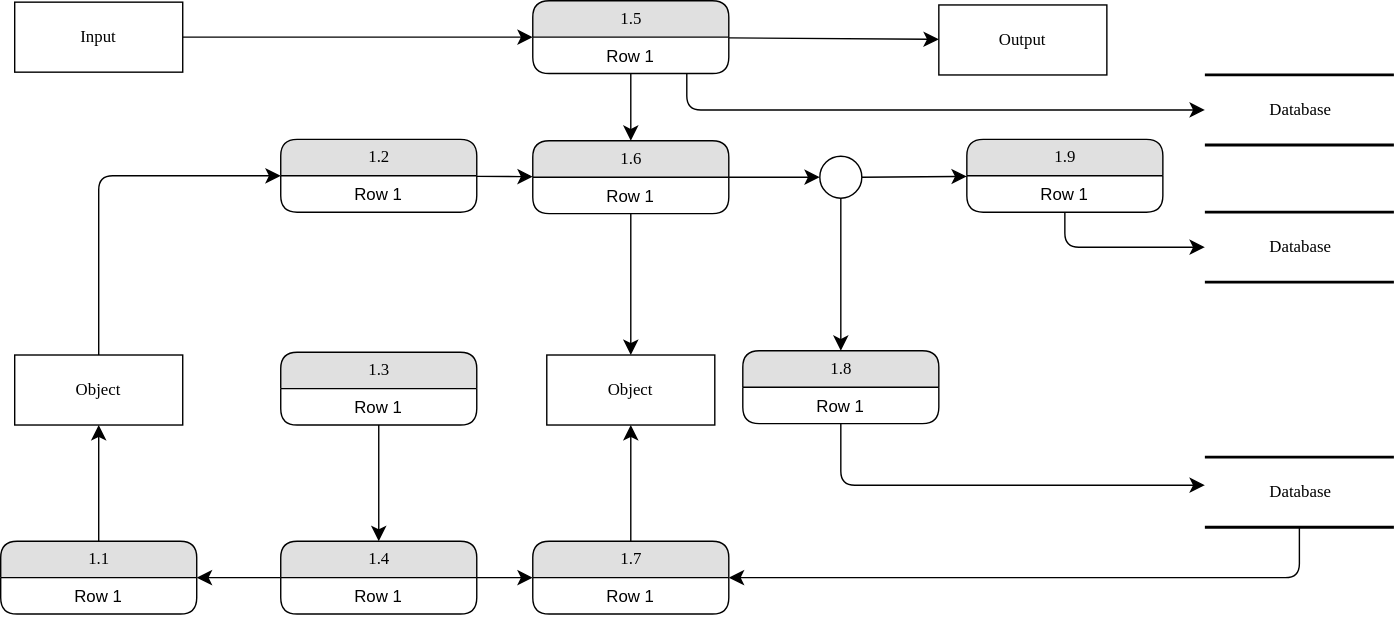
Earlier version of the draw.io export 2022-06-25.drawio.svg (saforem2/diagrams). Source tidied: cells renumbered, new cells last; positions are measured from the earlier drawing's top-left corner, leaving out a move shared by most shapes.
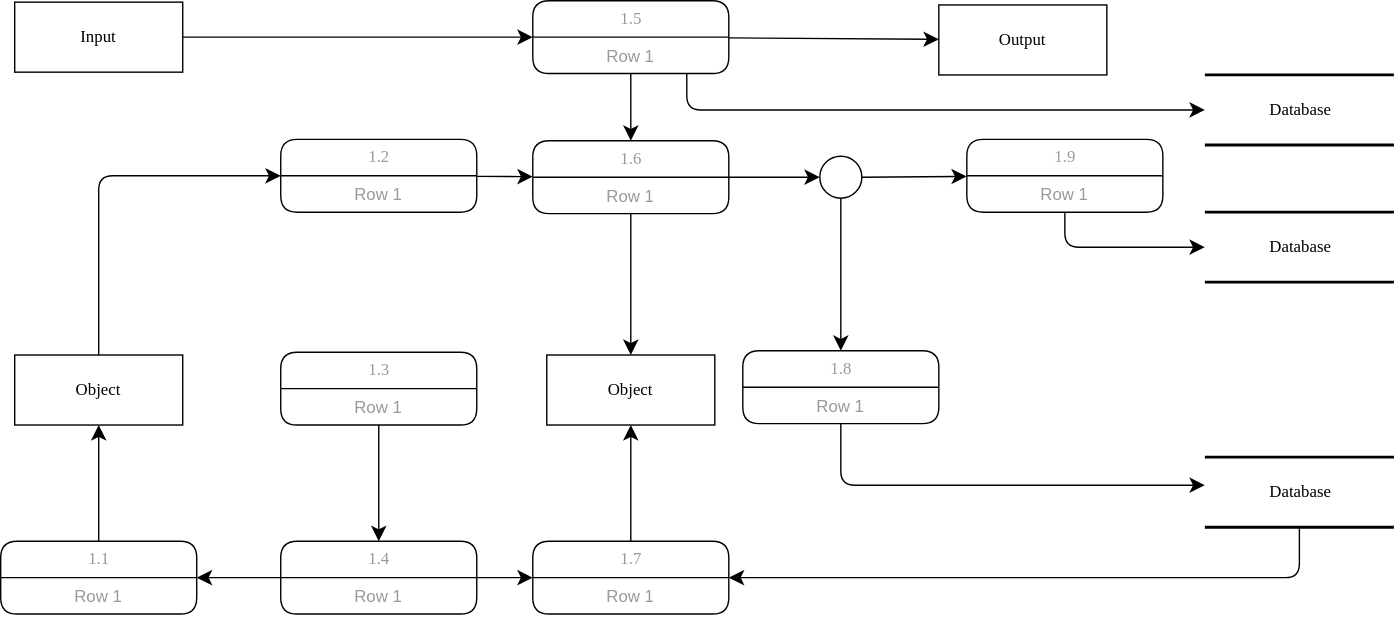
After the commit.

What changed in the source:
```diff
@@ -30,10 +30,10 @@
         </Array>
       </mxGeometry>
     </mxCell>
-    <mxCell id="10" value="1.5" style="swimlane;html=1;fontStyle=0;horizontal=1;startSize=26;fillColor=#e0e0e0;swimlaneFillColor=#ffffff;align=center;rounded=1;shadow=0;comic=0;labelBackgroundColor=none;strokeWidth=1;fontFamily=Verdana;fontSize=12;" parent="1" vertex="1">
+    <mxCell id="10" value="1.5" style="swimlane;html=1;fontStyle=0;horizontal=1;startSize=26;swimlaneFillColor=#ffffff;align=center;rounded=1;shadow=0;comic=0;labelBackgroundColor=none;strokeWidth=1;fontFamily=Verdana;fontSize=12;fontColor=#999999;" parent="1" vertex="1">
       <mxGeometry x="380" width="140" height="52" as="geometry" />
     </mxCell>
-    <mxCell id="11" value="Row 1" style="text;html=1;strokeColor=none;fillColor=none;spacingLeft=4;spacingRight=4;whiteSpace=wrap;overflow=hidden;align=center;" parent="10" vertex="1">
+    <mxCell id="11" value="Row 1" style="text;html=1;spacingLeft=4;spacingRight=4;whiteSpace=wrap;overflow=hidden;align=center;fontColor=#999999;" parent="10" vertex="1">
       <mxGeometry y="26" width="140" height="26" as="geometry" />
     </mxCell>
     <mxCell id="12" style="edgeStyle=orthogonalEdgeStyle;html=1;labelBackgroundColor=none;startFill=0;startSize=8;endFill=1;endSize=8;fontFamily=Verdana;fontSize=12;" parent="1" edge="1" source="13" target="38">
@@ -52,19 +52,19 @@
     <mxCell id="15" style="edgeStyle=none;html=1;labelBackgroundColor=none;startFill=0;startSize=8;endFill=1;endSize=8;fontFamily=Verdana;fontSize=12;" parent="1" edge="1" source="16" target="42">
       <mxGeometry relative="1" as="geometry" />
     </mxCell>
-    <mxCell id="16" value="1.6" style="swimlane;html=1;fontStyle=0;horizontal=1;startSize=26;fillColor=#e0e0e0;swimlaneFillColor=#ffffff;align=center;rounded=1;shadow=0;comic=0;labelBackgroundColor=none;strokeWidth=1;fontFamily=Verdana;fontSize=12;" parent="1" vertex="1">
+    <mxCell id="16" value="1.6" style="swimlane;html=1;fontStyle=0;horizontal=1;startSize=26;swimlaneFillColor=#ffffff;align=center;rounded=1;shadow=0;comic=0;labelBackgroundColor=none;strokeWidth=1;fontFamily=Verdana;fontSize=12;fontColor=#999999;" parent="1" vertex="1">
       <mxGeometry x="380" y="100" width="140" height="52" as="geometry" />
     </mxCell>
-    <mxCell id="17" value="Row 1" style="text;html=1;strokeColor=none;fillColor=none;spacingLeft=4;spacingRight=4;whiteSpace=wrap;overflow=hidden;align=center;" parent="16" vertex="1">
+    <mxCell id="17" value="Row 1" style="text;html=1;spacingLeft=4;spacingRight=4;whiteSpace=wrap;overflow=hidden;align=center;fontColor=#999999;" parent="16" vertex="1">
       <mxGeometry y="26" width="140" height="26" as="geometry" />
     </mxCell>
     <mxCell id="18" style="edgeStyle=none;html=1;labelBackgroundColor=none;startFill=0;startSize=8;endFill=1;endSize=8;fontFamily=Verdana;fontSize=12;" parent="1" edge="1" source="19" target="16">
       <mxGeometry relative="1" as="geometry" />
     </mxCell>
-    <mxCell id="19" value="1.2" style="swimlane;html=1;fontStyle=0;horizontal=1;startSize=26;fillColor=#e0e0e0;swimlaneFillColor=#ffffff;align=center;rounded=1;shadow=0;comic=0;labelBackgroundColor=none;strokeWidth=1;fontFamily=Verdana;fontSize=12;" parent="1" vertex="1">
+    <mxCell id="19" value="1.2" style="swimlane;html=1;fontStyle=0;horizontal=1;startSize=26;swimlaneFillColor=#ffffff;align=center;rounded=1;shadow=0;comic=0;labelBackgroundColor=none;strokeWidth=1;fontFamily=Verdana;fontSize=12;fontColor=#999999;" parent="1" vertex="1">
       <mxGeometry x="200" y="99" width="140" height="52" as="geometry" />
     </mxCell>
-    <mxCell id="20" value="Row 1" style="text;html=1;strokeColor=none;fillColor=none;spacingLeft=4;spacingRight=4;whiteSpace=wrap;overflow=hidden;align=center;" parent="19" vertex="1">
+    <mxCell id="20" value="Row 1" style="text;html=1;spacingLeft=4;spacingRight=4;whiteSpace=wrap;overflow=hidden;align=center;fontColor=#999999;" parent="19" vertex="1">
       <mxGeometry y="26" width="140" height="26" as="geometry" />
     </mxCell>
     <mxCell id="21" style="edgeStyle=orthogonalEdgeStyle;html=1;labelBackgroundColor=none;startFill=0;startSize=8;endFill=1;endSize=8;fontFamily=Verdana;fontSize=12;" parent="1" edge="1" source="22" target="3">
@@ -74,19 +74,19 @@
         </Array>
       </mxGeometry>
     </mxCell>
-    <mxCell id="22" value="1.9" style="swimlane;html=1;fontStyle=0;horizontal=1;startSize=26;fillColor=#e0e0e0;swimlaneFillColor=#ffffff;align=center;rounded=1;shadow=0;comic=0;labelBackgroundColor=none;strokeWidth=1;fontFamily=Verdana;fontSize=12;" parent="1" vertex="1">
+    <mxCell id="22" value="1.9" style="swimlane;html=1;fontStyle=0;horizontal=1;startSize=26;swimlaneFillColor=#ffffff;align=center;rounded=1;shadow=0;comic=0;labelBackgroundColor=none;strokeWidth=1;fontFamily=Verdana;fontSize=12;fontColor=#999999;" parent="1" vertex="1">
       <mxGeometry x="690" y="99" width="140" height="52" as="geometry" />
     </mxCell>
-    <mxCell id="23" value="Row 1" style="text;html=1;strokeColor=none;fillColor=none;spacingLeft=4;spacingRight=4;whiteSpace=wrap;overflow=hidden;align=center;" parent="22" vertex="1">
+    <mxCell id="23" value="Row 1" style="text;html=1;spacingLeft=4;spacingRight=4;whiteSpace=wrap;overflow=hidden;align=center;fontColor=#999999;" parent="22" vertex="1">
       <mxGeometry y="26" width="140" height="26" as="geometry" />
     </mxCell>
     <mxCell id="24" style="edgeStyle=none;html=1;labelBackgroundColor=none;startFill=0;startSize=8;endFill=1;endSize=8;fontFamily=Verdana;fontSize=12;" parent="1" edge="1" source="25" target="35">
       <mxGeometry relative="1" as="geometry" />
     </mxCell>
-    <mxCell id="25" value="1.3" style="swimlane;html=1;fontStyle=0;horizontal=1;startSize=26;fillColor=#e0e0e0;swimlaneFillColor=#ffffff;align=center;rounded=1;shadow=0;comic=0;labelBackgroundColor=none;strokeWidth=1;fontFamily=Verdana;fontSize=12;" parent="1" vertex="1">
+    <mxCell id="25" value="1.3" style="swimlane;html=1;fontStyle=0;horizontal=1;startSize=26;swimlaneFillColor=#ffffff;align=center;rounded=1;shadow=0;comic=0;labelBackgroundColor=none;strokeWidth=1;fontFamily=Verdana;fontSize=12;fontColor=#999999;" parent="1" vertex="1">
       <mxGeometry x="200" y="251" width="140" height="52" as="geometry" />
     </mxCell>
-    <mxCell id="26" value="Row 1" style="text;html=1;strokeColor=none;fillColor=none;spacingLeft=4;spacingRight=4;whiteSpace=wrap;overflow=hidden;align=center;" parent="25" vertex="1">
+    <mxCell id="26" value="Row 1" style="text;html=1;spacingLeft=4;spacingRight=4;whiteSpace=wrap;overflow=hidden;align=center;fontColor=#999999;" parent="25" vertex="1">
       <mxGeometry y="26" width="140" height="26" as="geometry" />
     </mxCell>
     <mxCell id="27" style="edgeStyle=orthogonalEdgeStyle;html=1;labelBackgroundColor=none;startFill=0;startSize=8;endFill=1;endSize=8;fontFamily=Verdana;fontSize=12;" parent="1" edge="1" source="28" target="13">
@@ -96,40 +96,40 @@
         </Array>
       </mxGeometry>
     </mxCell>
-    <mxCell id="28" value="1.8" style="swimlane;html=1;fontStyle=0;horizontal=1;startSize=26;fillColor=#e0e0e0;swimlaneFillColor=#ffffff;align=center;rounded=1;shadow=0;comic=0;labelBackgroundColor=none;strokeWidth=1;fontFamily=Verdana;fontSize=12;" parent="1" vertex="1">
+    <mxCell id="28" value="1.8" style="swimlane;html=1;fontStyle=0;horizontal=1;startSize=26;swimlaneFillColor=#ffffff;align=center;rounded=1;shadow=0;comic=0;labelBackgroundColor=none;strokeWidth=1;fontFamily=Verdana;fontSize=12;fontColor=#999999;" parent="1" vertex="1">
       <mxGeometry x="530" y="250" width="140" height="52" as="geometry" />
     </mxCell>
-    <mxCell id="29" value="Row 1" style="text;html=1;strokeColor=none;fillColor=none;spacingLeft=4;spacingRight=4;whiteSpace=wrap;overflow=hidden;align=center;" parent="28" vertex="1">
+    <mxCell id="29" value="Row 1" style="text;html=1;spacingLeft=4;spacingRight=4;whiteSpace=wrap;overflow=hidden;align=center;fontColor=#999999;" parent="28" vertex="1">
       <mxGeometry y="26" width="140" height="26" as="geometry" />
     </mxCell>
     <mxCell id="30" style="edgeStyle=none;html=1;labelBackgroundColor=none;startFill=0;startSize=8;endFill=1;endSize=8;fontFamily=Verdana;fontSize=12;" parent="1" edge="1" source="31" target="41">
       <mxGeometry relative="1" as="geometry" />
     </mxCell>
-    <mxCell id="31" value="1.1" style="swimlane;html=1;fontStyle=0;horizontal=1;startSize=26;fillColor=#e0e0e0;swimlaneFillColor=#ffffff;align=center;rounded=1;shadow=0;comic=0;labelBackgroundColor=none;strokeWidth=1;fontFamily=Verdana;fontSize=12;" parent="1" vertex="1">
+    <mxCell id="31" value="1.1" style="swimlane;html=1;fontStyle=0;horizontal=1;startSize=26;swimlaneFillColor=#ffffff;align=center;rounded=1;shadow=0;comic=0;labelBackgroundColor=none;strokeWidth=1;fontFamily=Verdana;fontSize=12;fontColor=#999999;" parent="1" vertex="1">
       <mxGeometry y="386" width="140" height="52" as="geometry" />
     </mxCell>
-    <mxCell id="32" value="Row 1" style="text;html=1;strokeColor=none;fillColor=none;spacingLeft=4;spacingRight=4;whiteSpace=wrap;overflow=hidden;align=center;" parent="31" vertex="1">
+    <mxCell id="32" value="Row 1" style="text;html=1;spacingLeft=4;spacingRight=4;whiteSpace=wrap;overflow=hidden;align=center;fontColor=#999999;" parent="31" vertex="1">
       <mxGeometry y="26" width="140" height="26" as="geometry" />
     </mxCell>
-    <mxCell id="33" style="edgeStyle=none;html=1;labelBackgroundColor=none;startFill=0;startSize=8;endFill=1;endSize=8;fontFamily=Verdana;fontSize=12;" parent="1" edge="1" source="35" target="38">
+    <mxCell id="33" style="edgeStyle=none;html=1;labelBackgroundColor=none;startFill=0;startSize=8;endFill=1;endSize=8;fontFamily=Verdana;fontSize=12;fontColor=#999999;" parent="1" edge="1" source="35" target="38">
       <mxGeometry relative="1" as="geometry" />
     </mxCell>
-    <mxCell id="34" style="edgeStyle=none;html=1;labelBackgroundColor=none;startFill=0;startSize=8;endFill=1;endSize=8;fontFamily=Verdana;fontSize=12;" parent="1" edge="1" source="35" target="31">
+    <mxCell id="34" style="edgeStyle=none;html=1;labelBackgroundColor=none;startFill=0;startSize=8;endFill=1;endSize=8;fontFamily=Verdana;fontSize=12;fontColor=#999999;" parent="1" edge="1" source="35" target="31">
       <mxGeometry relative="1" as="geometry" />
     </mxCell>
-    <mxCell id="35" value="1.4" style="swimlane;html=1;fontStyle=0;horizontal=1;startSize=26;fillColor=#e0e0e0;swimlaneFillColor=#ffffff;align=center;rounded=1;shadow=0;comic=0;labelBackgroundColor=none;strokeWidth=1;fontFamily=Verdana;fontSize=12;" parent="1" vertex="1">
+    <mxCell id="35" value="1.4" style="swimlane;html=1;fontStyle=0;horizontal=1;startSize=26;swimlaneFillColor=#ffffff;align=center;rounded=1;shadow=0;comic=0;labelBackgroundColor=none;strokeWidth=1;fontFamily=Verdana;fontSize=12;fontColor=#999999;" parent="1" vertex="1">
       <mxGeometry x="200" y="386" width="140" height="52" as="geometry" />
     </mxCell>
-    <mxCell id="36" value="Row 1" style="text;html=1;strokeColor=none;fillColor=none;spacingLeft=4;spacingRight=4;whiteSpace=wrap;overflow=hidden;align=center;" parent="35" vertex="1">
+    <mxCell id="36" value="Row 1" style="text;html=1;spacingLeft=4;spacingRight=4;whiteSpace=wrap;overflow=hidden;align=center;fontColor=#999999;" parent="35" vertex="1">
       <mxGeometry y="26" width="140" height="26" as="geometry" />
     </mxCell>
     <mxCell id="37" style="edgeStyle=none;html=1;labelBackgroundColor=none;startFill=0;startSize=8;endFill=1;endSize=8;fontFamily=Verdana;fontSize=12;" parent="1" edge="1" source="38" target="42">
       <mxGeometry relative="1" as="geometry" />
     </mxCell>
-    <mxCell id="38" value="1.7" style="swimlane;html=1;fontStyle=0;horizontal=1;startSize=26;fillColor=#e0e0e0;swimlaneFillColor=#ffffff;align=center;rounded=1;shadow=0;comic=0;labelBackgroundColor=none;strokeWidth=1;fontFamily=Verdana;fontSize=12;" parent="1" vertex="1">
+    <mxCell id="38" value="1.7" style="swimlane;html=1;fontStyle=0;horizontal=1;startSize=26;swimlaneFillColor=#ffffff;align=center;rounded=1;shadow=0;comic=0;labelBackgroundColor=none;strokeWidth=1;fontFamily=Verdana;fontSize=12;fontColor=#999999;" parent="1" vertex="1">
       <mxGeometry x="380" y="386" width="140" height="52" as="geometry" />
     </mxCell>
-    <mxCell id="39" value="Row 1" style="text;html=1;strokeColor=none;fillColor=none;spacingLeft=4;spacingRight=4;whiteSpace=wrap;overflow=hidden;align=center;" parent="38" vertex="1">
+    <mxCell id="39" value="Row 1" style="text;html=1;spacingLeft=4;spacingRight=4;whiteSpace=wrap;overflow=hidden;align=center;fontColor=#999999;" parent="38" vertex="1">
       <mxGeometry y="26" width="140" height="26" as="geometry" />
     </mxCell>
     <mxCell id="40" style="edgeStyle=orthogonalEdgeStyle;html=1;labelBackgroundColor=none;startFill=0;startSize=8;endFill=1;endSize=8;fontFamily=Verdana;fontSize=12;" parent="1" edge="1" source="41" target="19">
```
